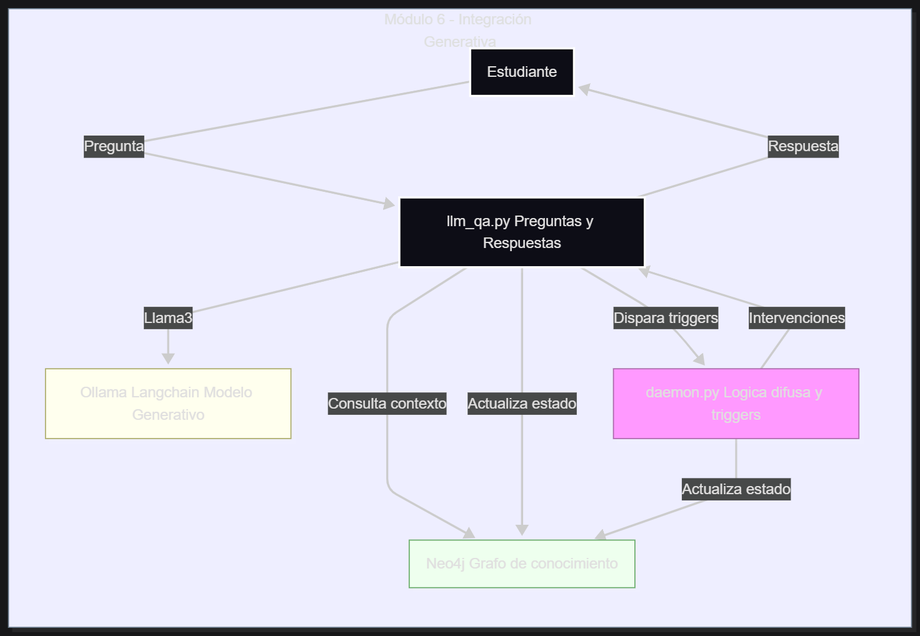
Before: Documentacion_Tecnica/Modulo 6 - Integracion Modulo Generativo/diagrama_generativo.png, a diagram exported from Mermaid (agudgithub/Inteligencia-Artificial-KataIA). Its source is kept beside it as Documentacion_Tecnica/Modulo 6 - Integracion Modulo Generativo/diagrama_generativo.mmd.
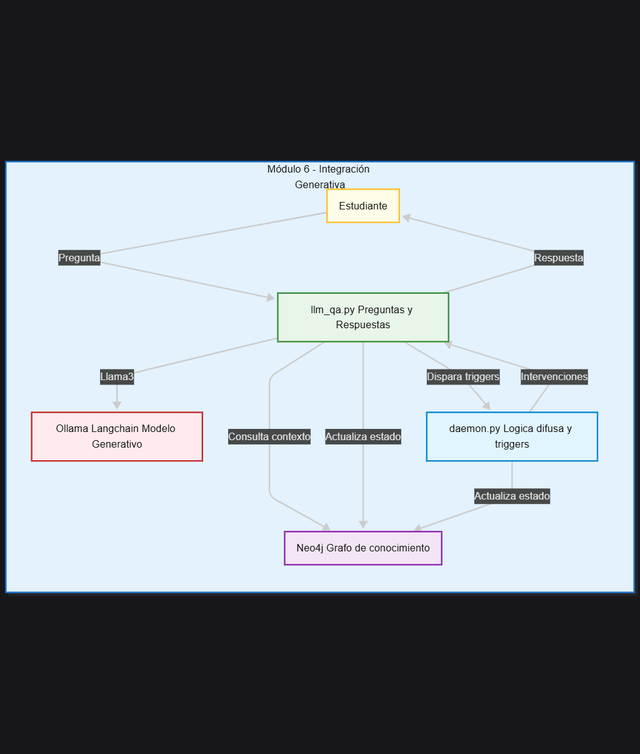
The same diagram one commit later.

Commit message:
Cambio imagen

The edit, as a diff of the source:
```diff
@@ -9,7 +9,9 @@
         E -->|Intervenciones| B
         B -->|Respuesta| A
     end
-    style LLM_Integration fill:#eef,stroke:#678,stroke-width:1px;
-    style D fill:#ffe,stroke:#aa6,stroke-width:1px;
-    style C fill:#efe,stroke:#6a6,stroke-width:1px;
-    style E fill:#f9f,stroke:#a6a,stroke-width:1px;
+    style LLM_Integration fill:#e3f2fd,stroke:#1976d2,stroke-width:2px,color:#111;
+    style A fill:#fffde7,stroke:#fbc02d,stroke-width:2px,color:#111;
+    style B fill:#e8f5e9,stroke:#388e3c,stroke-width:2px,color:#111;
+    style C fill:#f3e5f5,stroke:#8e24aa,stroke-width:2px,color:#111;
+    style D fill:#ffebee,stroke:#c62828,stroke-width:2px,color:#111;
+    style E fill:#e1f5fe,stroke:#0288d1,stroke-width:2px,color:#111;
```
